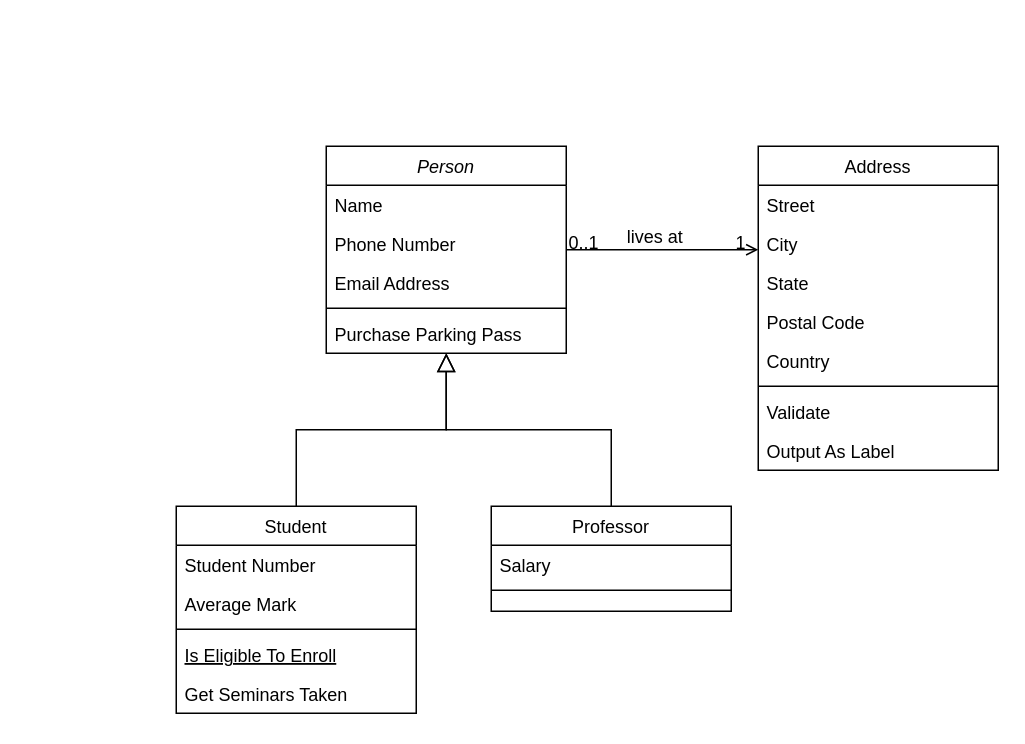
Earlier version of the draw.io diagram Untitled Diagram.drawio (SidddhantJain/SIH). Source tidied: cells renumbered, new cells numbered last; positions are measured from the earlier drawing's top-left corner, leaving out a move shared by most shapes. Both pictures are drawn from the tidied source at 150%, with x=0, y=0 at pixel (176, 146).
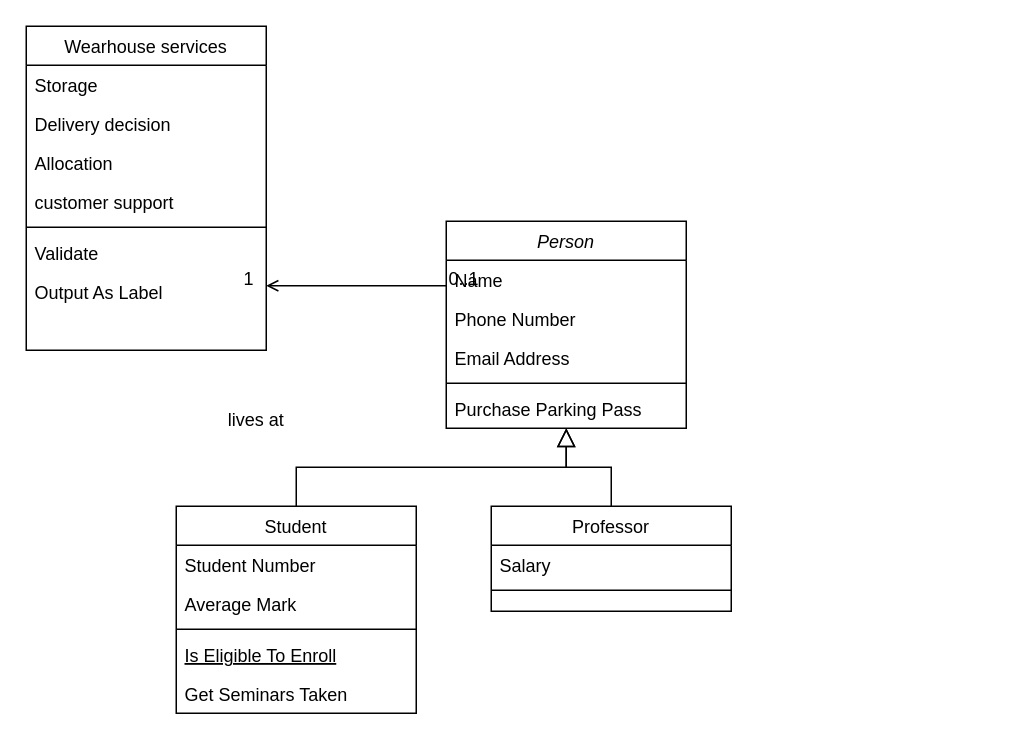
Above is the later version.

The edit, as a diff of the source:
```diff
@@
     <mxCell id="2" value="Person" style="swimlane;fontStyle=2;align=center;verticalAlign=top;horizontal=1;startSize=26;rounded=0;shadow=0;strokeWidth=1;" parent="1" vertex="1">
-      <mxGeometry x="100" width="160" height="138" as="geometry" />
+      <mxGeometry x="180" y="50" width="160" height="138" as="geometry" />
     </mxCell>
@@
-    <mxCell id="19" value="Address" style="swimlane;fontStyle=0;align=center;verticalAlign=top;horizontal=1;startSize=26;rounded=0;shadow=0;strokeWidth=1;" parent="1" vertex="1">
-      <mxGeometry x="388" width="160" height="216" as="geometry" />
+    <mxCell id="19" value="Wearhouse services" style="swimlane;fontStyle=0;align=center;verticalAlign=top;horizontal=1;startSize=26;rounded=0;shadow=0;strokeWidth=1;" parent="1" vertex="1">
+      <mxGeometry x="-100" y="-80" width="160" height="216" as="geometry" />
     </mxCell>
-    <mxCell id="20" value="Street" style="text;align=left;verticalAlign=top;spacingLeft=4;spacingRight=4;overflow=hidden;" parent="19" vertex="1">
+    <mxCell id="20" value="Storage " style="text;align=left;verticalAlign=top;spacingLeft=4;spacingRight=4;overflow=hidden;" parent="19" vertex="1">
       <mxGeometry y="26" width="160" height="26" as="geometry" />
     </mxCell>
-    <mxCell id="21" value="City" style="text;align=left;verticalAlign=top;spacingLeft=4;spacingRight=4;overflow=hidden;rounded=0;shadow=0;html=0;" parent="19" vertex="1">
+    <mxCell id="21" value="Delivery decision " style="text;align=left;verticalAlign=top;spacingLeft=4;spacingRight=4;overflow=hidden;rounded=0;shadow=0;html=0;" parent="19" vertex="1">
       <mxGeometry y="52" width="160" height="26" as="geometry" />
     </mxCell>
-    <mxCell id="22" value="State" style="text;align=left;verticalAlign=top;spacingLeft=4;spacingRight=4;overflow=hidden;rounded=0;shadow=0;html=0;" parent="19" vertex="1">
+    <mxCell id="22" value="Allocation" style="text;align=left;verticalAlign=top;spacingLeft=4;spacingRight=4;overflow=hidden;rounded=0;shadow=0;html=0;" parent="19" vertex="1">
       <mxGeometry y="78" width="160" height="26" as="geometry" />
     </mxCell>
-    <mxCell id="23" value="Postal Code" style="text;align=left;verticalAlign=top;spacingLeft=4;spacingRight=4;overflow=hidden;rounded=0;shadow=0;html=0;" parent="19" vertex="1">
+    <mxCell id="23" value="customer support" style="text;align=left;verticalAlign=top;spacingLeft=4;spacingRight=4;overflow=hidden;rounded=0;shadow=0;html=0;" parent="19" vertex="1">
       <mxGeometry y="104" width="160" height="26" as="geometry" />
     </mxCell>
-    <mxCell id="24" value="Country" style="text;align=left;verticalAlign=top;spacingLeft=4;spacingRight=4;overflow=hidden;rounded=0;shadow=0;html=0;" parent="19" vertex="1">
-      <mxGeometry y="130" width="160" height="26" as="geometry" />
-    </mxCell>
     <mxCell id="25" style="line;html=1;strokeWidth=1;align=left;verticalAlign=middle;spacingTop=-1;spacingLeft=3;spacingRight=3;labelPosition=right;" parent="19" vertex="1">
-      <mxGeometry y="156" width="160" height="8" as="geometry" />
+      <mxGeometry y="130" width="160" height="8" as="geometry" />
     </mxCell>
     <mxCell id="26" value="Validate" style="text;align=left;verticalAlign=top;spacingLeft=4;spacingRight=4;overflow=hidden;" parent="19" vertex="1">
-      <mxGeometry y="164" width="160" height="26" as="geometry" />
+      <mxGeometry y="138" width="160" height="26" as="geometry" />
     </mxCell>
     <mxCell id="27" value="Output As Label" style="text;align=left;verticalAlign=top;spacingLeft=4;spacingRight=4;overflow=hidden;" parent="19" vertex="1">
-      <mxGeometry y="190" width="160" height="26" as="geometry" />
+      <mxGeometry y="164" width="160" height="26" as="geometry" />
     </mxCell>
```
